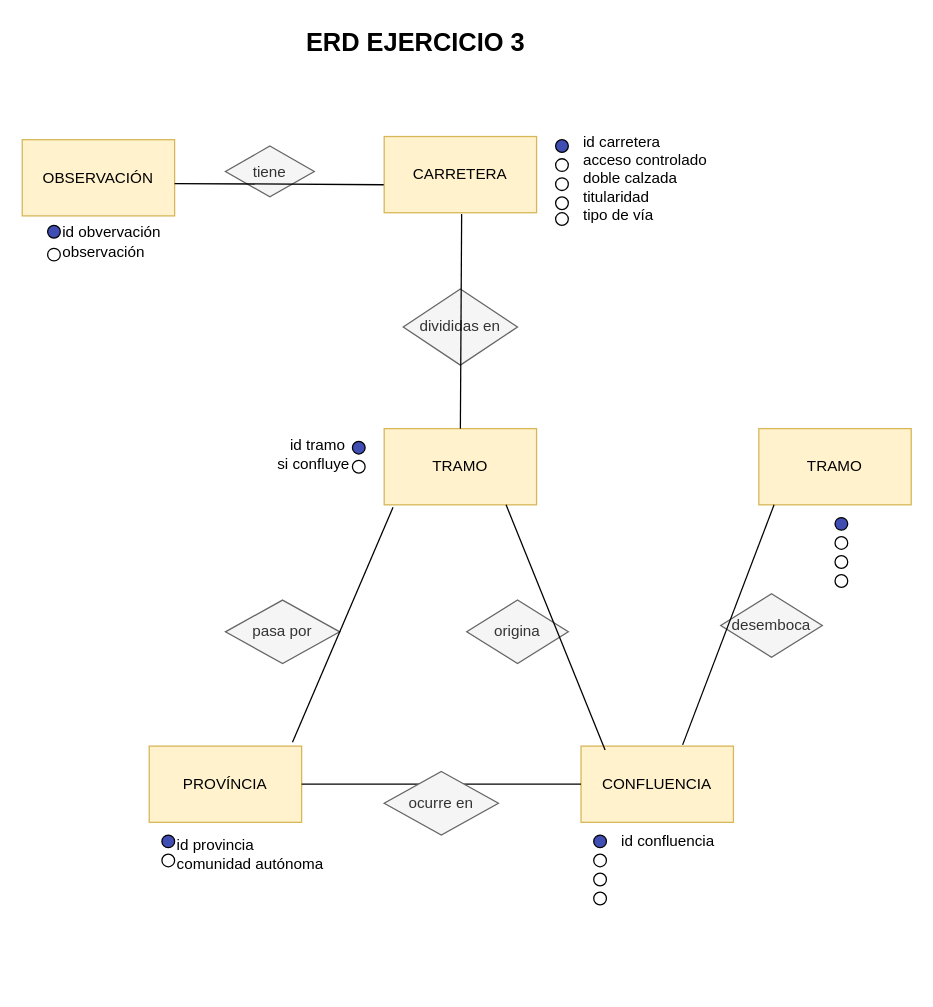
This is Creación ERD/ERD ejercicio 3.drawio from mocihu-source/CIFO-laVioleta-SQL-BBDD, a draw.io file, before an edit. Source tidied: cells renumbered, new cells numbered last; positions are measured from the earlier drawing's top-left corner, leaving out a move shared by most shapes. Both pictures are drawn from the tidied source at 127%, with x=0, y=0 at pixel (22, 22).
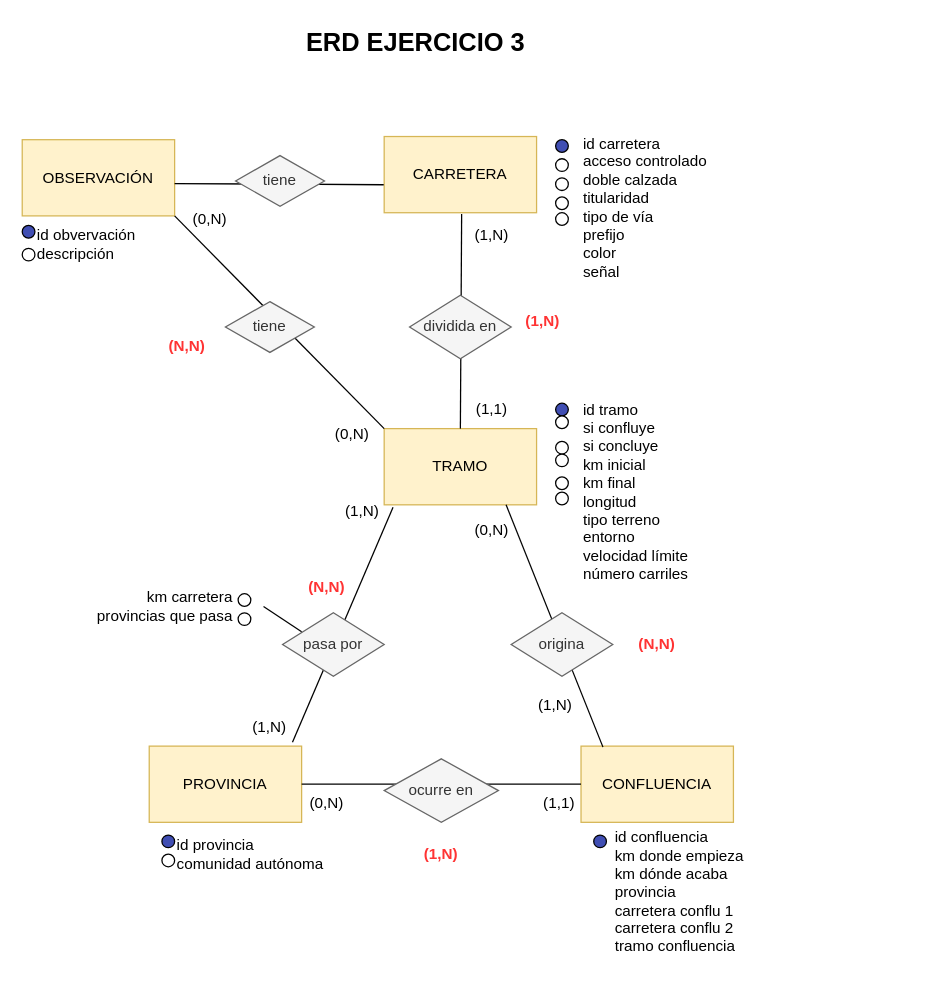
Above is the later version.

Unchanged cells that the change refers to:
```xml
<mxCell id="2" value="CONFLUENCIA" style="rounded=0;whiteSpace=wrap;html=1;fillColor=#fff2cc;strokeColor=#d6b656;" parent="1" vertex="1">
  <mxGeometry x="440" y="570" width="120" height="60" as="geometry" />
</mxCell>
<mxCell id="6" value="TRAMO" style="rounded=0;whiteSpace=wrap;html=1;fillColor=#fff2cc;strokeColor=#d6b656;" parent="1" vertex="1">
  <mxGeometry x="285" y="320" width="120" height="60" as="geometry" />
</mxCell>
```

The edit, as a diff of the source:
```diff
@@
-    <mxCell id="3" value="origina" style="rhombus;whiteSpace=wrap;html=1;shapeInside=1;fillColor=#f5f5f5;fontColor=#333333;strokeColor=#666666;" parent="1" vertex="1">
-      <mxGeometry x="350" y="455" width="80" height="50" as="geometry" />
-    </mxCell>
-    <mxCell id="4" value="PROVÍNCIA" style="rounded=0;whiteSpace=wrap;html=1;fillColor=#fff2cc;strokeColor=#d6b656;" parent="1" vertex="1">
+    <mxCell id="4" value="PROVINCIA" style="rounded=0;whiteSpace=wrap;html=1;fillColor=#fff2cc;strokeColor=#d6b656;" parent="1" vertex="1">
       <mxGeometry x="100" y="570" width="120" height="60" as="geometry" />
     </mxCell>
-    <mxCell id="5" value="TRAMO" style="rounded=0;whiteSpace=wrap;html=1;fillColor=#fff2cc;strokeColor=#d6b656;" parent="1" vertex="1">
-      <mxGeometry x="580" y="320" width="120" height="60" as="geometry" />
-    </mxCell>
@@
-    <mxCell id="15" value="pasa por" style="rhombus;whiteSpace=wrap;html=1;shapeInside=1;fillColor=#f5f5f5;fontColor=#333333;strokeColor=#666666;" parent="1" vertex="1">
-      <mxGeometry x="160" y="455" width="90" height="50" as="geometry" />
-    </mxCell>
@@
-    <mxCell id="17" value="desemboca" style="rhombus;whiteSpace=wrap;html=1;shapeInside=1;fillColor=#f5f5f5;fontColor=#333333;strokeColor=#666666;" parent="1" vertex="1">
-      <mxGeometry x="550" y="450" width="80" height="50" as="geometry" />
-    </mxCell>
-    <mxCell id="18" value="&lt;div&gt;divididas&amp;nbsp;&lt;span style=&quot;text-decoration-line: inherit; background-color: transparent; color: light-dark(rgb(51, 51, 51), rgb(193, 193, 193));&quot;&gt;en&lt;/span&gt;&lt;/div&gt;" style="rhombus;whiteSpace=wrap;html=1;shapeInside=1;fillColor=#f5f5f5;fontColor=#333333;strokeColor=#666666;" parent="1" vertex="1">
-      <mxGeometry x="300" y="210" width="90" height="60" as="geometry" />
-    </mxCell>
@@
-    <mxCell id="20" style="endArrow=none;html=1;rounded=0;defaultLabelBackgroundColor=page;entryX=0.1;entryY=1;entryDx=0;entryDy=0;entryPerimeter=0;" parent="1" edge="1" target="5">
-      <mxGeometry relative="1" as="geometry">
-        <mxPoint x="520" y="569" as="sourcePoint" />
-      </mxGeometry>
-    </mxCell>
-    <mxCell id="21" style="endArrow=none;html=1;rounded=0;defaultLabelBackgroundColor=page;entryX=0.058;entryY=1.033;entryDx=0;entryDy=0;entryPerimeter=0;exitX=0.158;exitY=0.05;exitDx=0;exitDy=0;exitPerimeter=0;" parent="1" edge="1" source="2">
+    <mxCell id="21" style="endArrow=none;html=1;rounded=0;defaultLabelBackgroundColor=page;entryX=0.058;entryY=1.033;entryDx=0;entryDy=0;entryPerimeter=0;exitX=0.144;exitY=0.013;exitDx=0;exitDy=0;exitPerimeter=0;" parent="1" edge="1" source="2">
       <mxGeometry relative="1" as="geometry">
         <mxPoint x="381" y="380" as="targetPoint" />
       </mxGeometry>
     </mxCell>
@@
     <mxCell id="24" value="ocurre en" style="rhombus;whiteSpace=wrap;html=1;shapeInside=1;fillColor=#f5f5f5;fontColor=#333333;strokeColor=#666666;" parent="1" vertex="1">
-      <mxGeometry x="285" y="590" width="90" height="50" as="geometry" />
+      <mxGeometry x="285" y="580" width="90" height="50" as="geometry" />
     </mxCell>
-    <mxCell id="25" style="ellipse;whiteSpace=wrap;html=1;shapeInside=1;fillColor=#404EB3;" parent="1" vertex="1">
-      <mxGeometry x="640" y="390" width="10" height="10" as="geometry" />
-    </mxCell>
-    <mxCell id="26" style="ellipse;whiteSpace=wrap;html=1;shapeInside=1;" parent="1" vertex="1">
-      <mxGeometry x="640" y="420" width="10" height="10" as="geometry" />
-    </mxCell>
-    <mxCell id="27" style="ellipse;whiteSpace=wrap;html=1;shapeInside=1;" parent="1" vertex="1">
-      <mxGeometry x="640" y="435" width="10" height="10" as="geometry" />
-    </mxCell>
-    <mxCell id="28" style="ellipse;whiteSpace=wrap;html=1;shapeInside=1;" parent="1" vertex="1">
-      <mxGeometry x="640" y="405" width="10" height="10" as="geometry" />
-    </mxCell>
@@
-    <mxCell id="30" style="ellipse;whiteSpace=wrap;html=1;shapeInside=1;" parent="1" vertex="1">
-      <mxGeometry x="450" y="670" width="10" height="10" as="geometry" />
-    </mxCell>
-    <mxCell id="31" style="ellipse;whiteSpace=wrap;html=1;shapeInside=1;" parent="1" vertex="1">
-      <mxGeometry x="450" y="685" width="10" height="10" as="geometry" />
-    </mxCell>
-    <mxCell id="32" style="ellipse;whiteSpace=wrap;html=1;shapeInside=1;" parent="1" vertex="1">
-      <mxGeometry x="450" y="655" width="10" height="10" as="geometry" />
-    </mxCell>
-    <mxCell id="33" value="id carretera&lt;div&gt;acceso controlado&lt;/div&gt;&lt;div&gt;doble calzada&amp;nbsp;&lt;/div&gt;&lt;div&gt;titularidad&amp;nbsp;&lt;/div&gt;&lt;div&gt;tipo de vía&lt;/div&gt;" style="text;html=1;whiteSpace=wrap;strokeColor=none;fillColor=none;align=left;verticalAlign=middle;rounded=0;" parent="1" vertex="1">
-      <mxGeometry x="440" y="84.1" width="160" height="76.9" as="geometry" />
+    <mxCell id="33" value="id carretera&lt;div&gt;acceso controlado&lt;/div&gt;&lt;div&gt;doble calzada&amp;nbsp;&lt;/div&gt;&lt;div&gt;titularidad&amp;nbsp;&lt;/div&gt;&lt;div&gt;tipo de vía&lt;/div&gt;&lt;div&gt;prefijo&amp;nbsp;&lt;/div&gt;&lt;div&gt;color&amp;nbsp;&lt;/div&gt;&lt;div&gt;señal&lt;/div&gt;" style="text;html=1;whiteSpace=wrap;strokeColor=none;fillColor=none;align=left;verticalAlign=middle;rounded=0;" parent="1" vertex="1">
+      <mxGeometry x="440" y="107.5" width="160" height="76.9" as="geometry" />
     </mxCell>
     <mxCell id="34" style="ellipse;whiteSpace=wrap;html=1;shapeInside=1;fillColor=#404EB3;" parent="1" vertex="1">
-      <mxGeometry x="260" y="330" width="10" height="10" as="geometry" />
+      <mxGeometry x="420" y="300" width="10" height="10" as="geometry" />
     </mxCell>
     <mxCell id="35" style="ellipse;whiteSpace=wrap;html=1;shapeInside=1;" parent="1" vertex="1">
-      <mxGeometry x="260" y="345" width="10" height="10" as="geometry" />
+      <mxGeometry x="420" y="310" width="10" height="10" as="geometry" />
     </mxCell>
-    <mxCell id="36" value="&lt;div style=&quot;&quot;&gt;&lt;span style=&quot;background-color: transparent; color: light-dark(#000000, var(--ge-light-color, #ffffff));&quot;&gt;id tramo&amp;nbsp;&lt;/span&gt;&lt;/div&gt;&lt;div style=&quot;&quot;&gt;si confluye&lt;/div&gt;" style="text;html=1;whiteSpace=wrap;strokeColor=none;fillColor=none;align=right;verticalAlign=middle;rounded=0;" parent="1" vertex="1">
-      <mxGeometry x="100" y="325" width="160" height="30" as="geometry" />
+    <mxCell id="36" value="&lt;div style=&quot;&quot;&gt;&lt;span style=&quot;background-color: transparent; color: light-dark(#000000, var(--ge-light-color, #ffffff));&quot;&gt;id tramo&lt;/span&gt;&lt;/div&gt;&lt;div style=&quot;&quot;&gt;si confluye&lt;/div&gt;&lt;div style=&quot;&quot;&gt;si concluye&lt;/div&gt;&lt;div style=&quot;&quot;&gt;km inicial&lt;/div&gt;&lt;div style=&quot;&quot;&gt;km final&lt;/div&gt;&lt;div style=&quot;&quot;&gt;longitud&lt;/div&gt;&lt;div style=&quot;&quot;&gt;tipo terreno&lt;/div&gt;&lt;div style=&quot;&quot;&gt;entorno&lt;/div&gt;&lt;div style=&quot;&quot;&gt;velocidad límite&amp;nbsp;&lt;/div&gt;&lt;div style=&quot;&quot;&gt;número carriles&lt;/div&gt;" style="text;html=1;whiteSpace=wrap;strokeColor=none;fillColor=none;align=left;verticalAlign=middle;rounded=0;" parent="1" vertex="1">
+      <mxGeometry x="440" y="330" width="160" height="80" as="geometry" />
     </mxCell>
@@
-    <mxCell id="38" value="id confluencia" style="text;html=1;whiteSpace=wrap;strokeColor=none;fillColor=none;align=left;verticalAlign=middle;rounded=0;" parent="1" vertex="1">
-      <mxGeometry x="470" y="630" width="160" height="30" as="geometry" />
+    <mxCell id="38" value="id confluencia&lt;div&gt;km donde empieza&amp;nbsp;&lt;/div&gt;&lt;div&gt;km dónde acaba&lt;/div&gt;&lt;div&gt;provincia&lt;/div&gt;&lt;div&gt;carretera conflu 1&lt;/div&gt;&lt;div&gt;carretera conflu 2&lt;/div&gt;&lt;div&gt;tramo confluencia&amp;nbsp;&lt;/div&gt;" style="text;html=1;whiteSpace=wrap;strokeColor=none;fillColor=none;align=left;verticalAlign=middle;rounded=0;" parent="1" vertex="1">
+      <mxGeometry x="465" y="640" width="160" height="90" as="geometry" />
     </mxCell>
@@
-    <mxCell id="40" value="tiene" style="rhombus;whiteSpace=wrap;html=1;shapeInside=1;fillColor=#f5f5f5;fontColor=#333333;strokeColor=#666666;" parent="1" vertex="1">
-      <mxGeometry x="160" y="97.5" width="70" height="40" as="geometry" />
-    </mxCell>
@@
     <mxCell id="42" style="ellipse;whiteSpace=wrap;html=1;shapeInside=1;fillColor=#404EB3;" parent="1" vertex="1">
-      <mxGeometry x="20" y="160" width="10" height="10" as="geometry" />
+      <mxGeometry y="160" width="10" height="10" as="geometry" />
     </mxCell>
     <mxCell id="43" style="ellipse;whiteSpace=wrap;html=1;shapeInside=1;" parent="1" vertex="1">
-      <mxGeometry x="20" y="178" width="10" height="10" as="geometry" />
+      <mxGeometry y="178" width="10" height="10" as="geometry" />
     </mxCell>
-    <mxCell id="44" value="id obvervación&amp;nbsp;&lt;div&gt;observación&lt;/div&gt;" style="text;html=1;whiteSpace=wrap;strokeColor=none;fillColor=none;align=left;verticalAlign=middle;rounded=0;" parent="1" vertex="1">
-      <mxGeometry x="30" y="158" width="150" height="30" as="geometry" />
+    <mxCell id="44" value="id obvervación&amp;nbsp;&lt;div&gt;&lt;span style=&quot;background-color: transparent; color: light-dark(#000000, var(--ge-light-color, #ffffff));&quot;&gt;descripción&lt;/span&gt;&lt;/div&gt;" style="text;html=1;whiteSpace=wrap;strokeColor=none;fillColor=none;align=left;verticalAlign=middle;rounded=0;" parent="1" vertex="1">
+      <mxGeometry x="10" y="145" width="150" height="60" as="geometry" />
     </mxCell>
@@
+    <mxCell id="46" value="(1,1)" style="text;html=1;whiteSpace=wrap;strokeColor=none;fillColor=none;align=center;verticalAlign=middle;rounded=0;" parent="1" vertex="1">
+      <mxGeometry x="340" y="290" width="60" height="30" as="geometry" />
+    </mxCell>
+    <mxCell id="47" value="(1,N)" style="text;html=1;whiteSpace=wrap;strokeColor=none;fillColor=none;align=center;verticalAlign=middle;rounded=0;" parent="1" vertex="1">
+      <mxGeometry x="340" y="152.5" width="60" height="30" as="geometry" />
+    </mxCell>
+    <mxCell id="48" value="(0,N)" style="text;html=1;whiteSpace=wrap;strokeColor=none;fillColor=none;align=center;verticalAlign=middle;rounded=0;" parent="1" vertex="1">
+      <mxGeometry x="340" y="385" width="60" height="30" as="geometry" />
+    </mxCell>
+    <mxCell id="49" value="(1,N)" style="text;html=1;whiteSpace=wrap;strokeColor=none;fillColor=none;align=center;verticalAlign=middle;rounded=0;" parent="1" vertex="1">
+      <mxGeometry x="390" y="523" width="60" height="30" as="geometry" />
+    </mxCell>
+    <mxCell id="50" value="(1,1)" style="text;html=1;whiteSpace=wrap;strokeColor=none;fillColor=none;align=center;verticalAlign=middle;rounded=0;" parent="1" vertex="1">
+      <mxGeometry x="393" y="600" width="60" height="30" as="geometry" />
+    </mxCell>
+    <mxCell id="51" style="ellipse;whiteSpace=wrap;html=1;shapeInside=1;" parent="1" vertex="1">
+      <mxGeometry x="420" y="330" width="10" height="10" as="geometry" />
+    </mxCell>
+    <mxCell id="52" style="ellipse;whiteSpace=wrap;html=1;shapeInside=1;" parent="1" vertex="1">
+      <mxGeometry x="420" y="340" width="10" height="10" as="geometry" />
+    </mxCell>
+    <mxCell id="53" style="ellipse;whiteSpace=wrap;html=1;shapeInside=1;" parent="1" vertex="1">
+      <mxGeometry x="420" y="358" width="10" height="10" as="geometry" />
+    </mxCell>
+    <mxCell id="54" style="ellipse;whiteSpace=wrap;html=1;shapeInside=1;" parent="1" vertex="1">
+      <mxGeometry x="420" y="370" width="10" height="10" as="geometry" />
+    </mxCell>
+    <mxCell id="55" style="endArrow=none;html=1;rounded=0;defaultLabelBackgroundColor=page;entryX=0.058;entryY=1.033;entryDx=0;entryDy=0;entryPerimeter=0;exitX=0;exitY=0;exitDx=0;exitDy=0;" parent="1" edge="1" source="6">
+      <mxGeometry relative="1" as="geometry">
+        <mxPoint x="120" y="152.5" as="targetPoint" />
+      </mxGeometry>
+    </mxCell>
+    <mxCell id="56" value="tiene" style="rhombus;whiteSpace=wrap;html=1;shapeInside=1;fillColor=#f5f5f5;fontColor=#333333;strokeColor=#666666;" parent="1" vertex="1">
+      <mxGeometry x="160" y="220" width="70" height="40" as="geometry" />
+    </mxCell>
+    <mxCell id="57" value="tiene" style="rhombus;whiteSpace=wrap;html=1;shapeInside=1;fillColor=#f5f5f5;fontColor=#333333;strokeColor=#666666;" parent="1" vertex="1">
+      <mxGeometry x="168" y="105" width="70" height="40" as="geometry" />
+    </mxCell>
+    <mxCell id="15" value="pasa por" style="rhombus;whiteSpace=wrap;html=1;shapeInside=1;fillColor=#f5f5f5;fontColor=#333333;strokeColor=#666666;" parent="1" vertex="1">
+      <mxGeometry x="205" y="465" width="80" height="50" as="geometry" />
+    </mxCell>
+    <mxCell id="3" value="origina" style="rhombus;whiteSpace=wrap;html=1;shapeInside=1;fillColor=#f5f5f5;fontColor=#333333;strokeColor=#666666;" parent="1" vertex="1">
+      <mxGeometry x="385" y="465" width="80" height="50" as="geometry" />
+    </mxCell>
+    <mxCell id="58" value="dividida en" style="rhombus;whiteSpace=wrap;html=1;shapeInside=1;fillColor=#f5f5f5;fontColor=#333333;strokeColor=#666666;" parent="1" vertex="1">
+      <mxGeometry x="305" y="215" width="80" height="50" as="geometry" />
+    </mxCell>
+    <mxCell id="59" style="endArrow=none;html=1;rounded=0;defaultLabelBackgroundColor=page;" parent="1" edge="1">
+      <mxGeometry relative="1" as="geometry">
+        <mxPoint x="190" y="460" as="sourcePoint" />
+        <mxPoint x="220" y="480" as="targetPoint" />
+      </mxGeometry>
+    </mxCell>
+    <mxCell id="60" style="ellipse;whiteSpace=wrap;html=1;shapeInside=1;" parent="1" vertex="1">
+      <mxGeometry x="170" y="450" width="10" height="10" as="geometry" />
+    </mxCell>
+    <mxCell id="61" value="&lt;div style=&quot;&quot;&gt;&lt;span style=&quot;background-color: transparent; color: light-dark(#000000, var(--ge-light-color, #ffffff));&quot;&gt;km carretera&lt;/span&gt;&lt;/div&gt;&lt;div style=&quot;&quot;&gt;provincias que pasa&lt;/div&gt;" style="text;html=1;whiteSpace=wrap;strokeColor=none;fillColor=none;align=right;verticalAlign=middle;rounded=0;" parent="1" vertex="1">
+      <mxGeometry x="48" y="440" width="120" height="40" as="geometry" />
+    </mxCell>
+    <mxCell id="62" style="ellipse;whiteSpace=wrap;html=1;shapeInside=1;" parent="1" vertex="1">
+      <mxGeometry x="170" y="465" width="10" height="10" as="geometry" />
+    </mxCell>
+    <mxCell id="63" value="(0,N)" style="text;html=1;whiteSpace=wrap;strokeColor=none;fillColor=none;align=center;verticalAlign=middle;rounded=0;" parent="1" vertex="1">
+      <mxGeometry x="118" y="140" width="60" height="30" as="geometry" />
+    </mxCell>
+    <mxCell id="64" value="(0,N)" style="text;html=1;whiteSpace=wrap;strokeColor=none;fillColor=none;align=center;verticalAlign=middle;rounded=0;" parent="1" vertex="1">
+      <mxGeometry x="230" y="310" width="60" height="30" as="geometry" />
+    </mxCell>
+    <mxCell id="65" value="&lt;b&gt;(1,N)&lt;/b&gt;" style="text;html=1;whiteSpace=wrap;strokeColor=none;fillColor=none;align=center;verticalAlign=middle;rounded=0;fontColor=#FF3333;" parent="1" vertex="1">
+      <mxGeometry x="380" y="221" width="60" height="30" as="geometry" />
+    </mxCell>
+    <mxCell id="66" value="&lt;b&gt;(N,N)&lt;/b&gt;" style="text;html=1;whiteSpace=wrap;strokeColor=none;fillColor=none;align=center;verticalAlign=middle;rounded=0;fontColor=#FF3333;" parent="1" vertex="1">
+      <mxGeometry x="100" y="240" width="60" height="30" as="geometry" />
+    </mxCell>
+    <mxCell id="67" value="(0,N)" style="text;html=1;whiteSpace=wrap;strokeColor=none;fillColor=none;align=center;verticalAlign=middle;rounded=0;" parent="1" vertex="1">
+      <mxGeometry x="210" y="600" width="60" height="30" as="geometry" />
+    </mxCell>
+    <mxCell id="68" value="&lt;b&gt;(N,N)&lt;/b&gt;" style="text;html=1;whiteSpace=wrap;strokeColor=none;fillColor=none;align=center;verticalAlign=middle;rounded=0;fontColor=#FF3333;" parent="1" vertex="1">
+      <mxGeometry x="470" y="475" width="60" height="30" as="geometry" />
+    </mxCell>
+    <mxCell id="69" value="&lt;b&gt;(1,N)&lt;/b&gt;" style="text;html=1;whiteSpace=wrap;strokeColor=none;fillColor=none;align=center;verticalAlign=middle;rounded=0;fontColor=#FF3333;" parent="1" vertex="1">
+      <mxGeometry x="300" y="640" width="60" height="30" as="geometry" />
+    </mxCell>
+    <mxCell id="70" value="(1,N)" style="text;html=1;whiteSpace=wrap;strokeColor=none;fillColor=none;align=center;verticalAlign=middle;rounded=0;" parent="1" vertex="1">
+      <mxGeometry x="165" y="540" width="60" height="30" as="geometry" />
+    </mxCell>
+    <mxCell id="71" value="(1,N)" style="text;html=1;whiteSpace=wrap;strokeColor=none;fillColor=none;align=center;verticalAlign=middle;rounded=0;" parent="1" vertex="1">
+      <mxGeometry x="238" y="370" width="60" height="30" as="geometry" />
+    </mxCell>
+    <mxCell id="72" value="&lt;b&gt;(N,N)&lt;/b&gt;" style="text;html=1;whiteSpace=wrap;strokeColor=none;fillColor=none;align=center;verticalAlign=middle;rounded=0;fontColor=#FF3333;" parent="1" vertex="1">
+      <mxGeometry x="210" y="430" width="60" height="30" as="geometry" />
+    </mxCell>
```
